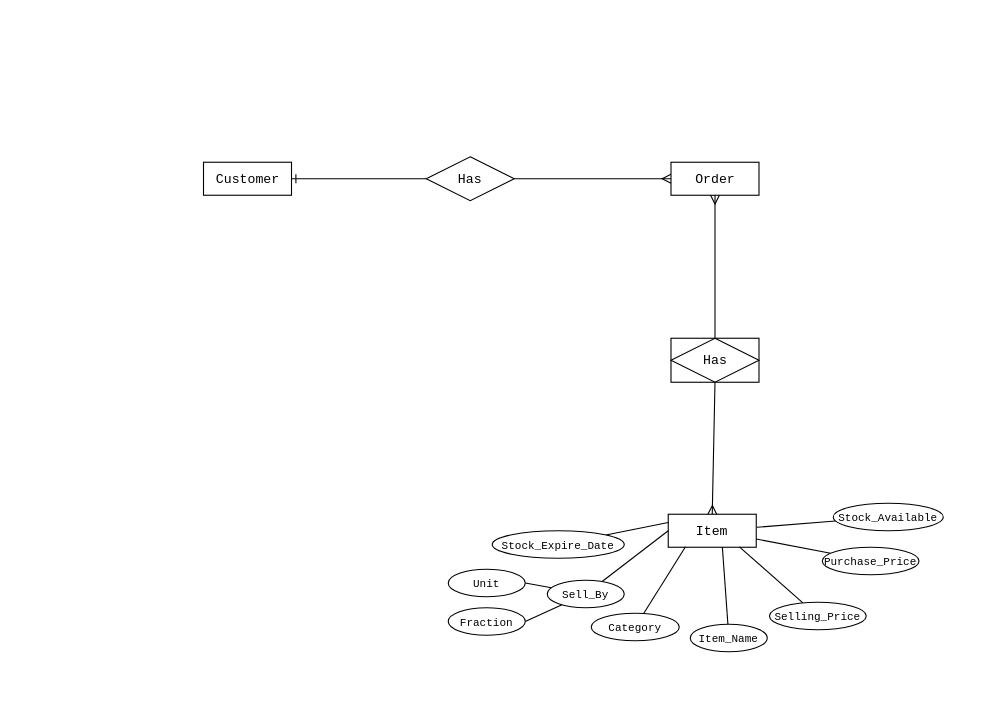
AmilSrinath/New-POS keeps this draw.io diagram as page "Page-1" (1 of 2) of POS.drawio. Above is the earlier version. Source tidied: cells renumbered, new cells numbered last; positions are measured from the earlier drawing's top-left corner, leaving out a move shared by most shapes. Both pictures are drawn from the tidied source at 110%, with x=0, y=0 at pixel (204, 156).
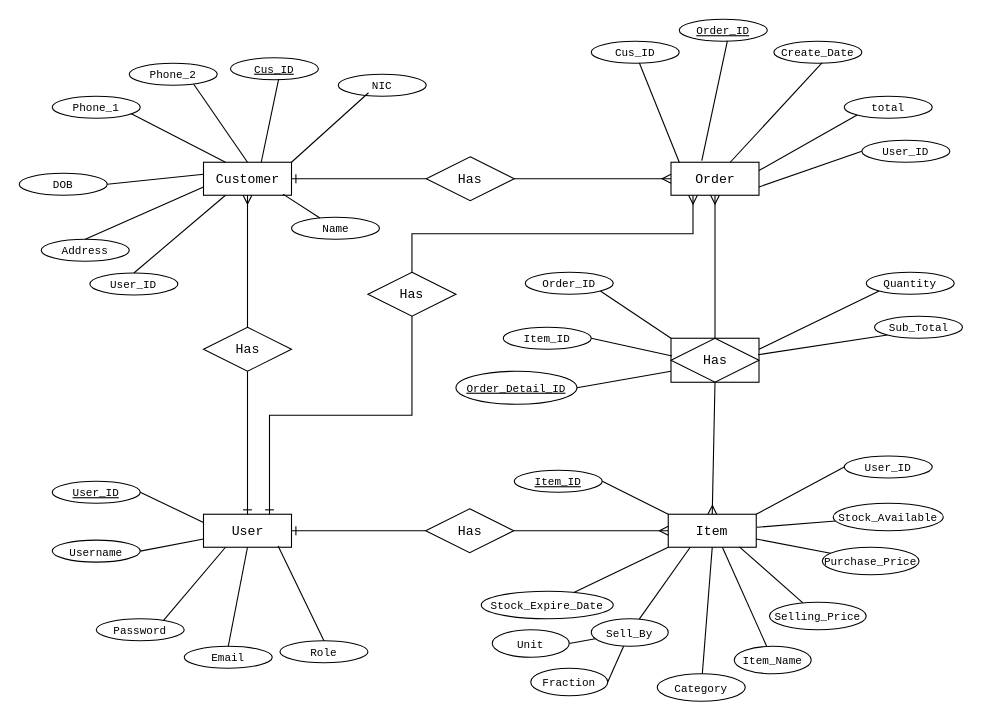
The same page after the edit.

Unchanged cells that the change refers to:
```xml
<mxCell id="2" value="&lt;font face=&quot;Courier New&quot;&gt;Item&lt;/font&gt;" style="whiteSpace=wrap;html=1;align=center;" parent="1" vertex="1">
  <mxGeometry x="422" y="325" width="80" height="30" as="geometry" />
</mxCell>
<mxCell id="21" value="&lt;font face=&quot;Courier New&quot;&gt;Customer&lt;/font&gt;" style="whiteSpace=wrap;html=1;align=center;" parent="1" vertex="1">
  <mxGeometry x="-0.5" y="5" width="80" height="30" as="geometry" />
</mxCell>
<mxCell id="22" value="&lt;font face=&quot;Courier New&quot;&gt;Order&lt;/font&gt;" style="whiteSpace=wrap;html=1;align=center;" parent="1" vertex="1">
  <mxGeometry x="424.5" y="5" width="80" height="30" as="geometry" />
</mxCell>
<mxCell id="25" value="&lt;font face=&quot;Courier New&quot;&gt;Has&lt;/font&gt;" style="shape=associativeEntity;whiteSpace=wrap;html=1;align=center;" parent="1" vertex="1">
  <mxGeometry x="424.5" y="165" width="80" height="40" as="geometry" />
</mxCell>
```

Diff of the diagram source:
```diff
@@
-    <mxCell id="3" style="rounded=0;jettySize=auto;html=1;entryX=0.196;entryY=0.986;entryDx=0;entryDy=0;entryPerimeter=0;endArrow=none;endFill=0;" parent="1" edge="1" source="4" target="2">
+    <mxCell id="3" style="rounded=0;jettySize=auto;html=1;entryX=0.5;entryY=1;entryDx=0;entryDy=0;endArrow=none;endFill=0;" parent="1" edge="1" source="4" target="2">
       <mxGeometry relative="1" as="geometry" />
     </mxCell>
     <mxCell id="4" value="&lt;div style=&quot;&quot;&gt;&lt;span style=&quot;font-size: 10px;&quot;&gt;&lt;font face=&quot;Courier New&quot;&gt;Category&lt;/font&gt;&lt;/span&gt;&lt;/div&gt;" style="ellipse;whiteSpace=wrap;html=1;align=center;" parent="1" vertex="1">
-      <mxGeometry x="352" y="415" width="80" height="25" as="geometry" />
+      <mxGeometry x="412" y="470" width="80" height="25" as="geometry" />
     </mxCell>
@@
     <mxCell id="6" value="&lt;font face=&quot;Courier New&quot; style=&quot;font-size: 10px;&quot;&gt;Item_Name&lt;/font&gt;" style="ellipse;whiteSpace=wrap;html=1;align=center;" parent="1" vertex="1">
-      <mxGeometry x="442" y="425" width="70" height="25" as="geometry" />
+      <mxGeometry x="482" y="445" width="70" height="25" as="geometry" />
     </mxCell>
@@
-    <mxCell id="13" style="rounded=0;jettySize=auto;html=1;entryX=0;entryY=0.5;entryDx=0;entryDy=0;endArrow=none;endFill=0;" parent="1" edge="1" source="16" target="2">
+    <mxCell id="13" style="rounded=0;jettySize=auto;html=1;entryX=0.25;entryY=1;entryDx=0;entryDy=0;endArrow=none;endFill=0;" parent="1" edge="1" source="16" target="2">
       <mxGeometry relative="1" as="geometry" />
     </mxCell>
@@
     <mxCell id="16" value="&lt;div style=&quot;&quot;&gt;&lt;span style=&quot;font-size: 10px;&quot;&gt;&lt;font face=&quot;Courier New&quot;&gt;Sell_By&lt;/font&gt;&lt;/span&gt;&lt;/div&gt;" style="ellipse;whiteSpace=wrap;html=1;align=center;" parent="1" vertex="1">
-      <mxGeometry x="312" y="385" width="70" height="25" as="geometry" />
+      <mxGeometry x="352" y="420" width="70" height="25" as="geometry" />
     </mxCell>
     <mxCell id="17" value="&lt;div style=&quot;&quot;&gt;&lt;span style=&quot;font-size: 10px;&quot;&gt;&lt;font face=&quot;Courier New&quot;&gt;Unit&lt;/font&gt;&lt;/span&gt;&lt;/div&gt;" style="ellipse;whiteSpace=wrap;html=1;align=center;" parent="1" vertex="1">
-      <mxGeometry x="222" y="375" width="70" height="25" as="geometry" />
+      <mxGeometry x="262" y="430" width="70" height="25" as="geometry" />
     </mxCell>
     <mxCell id="18" value="&lt;div style=&quot;&quot;&gt;&lt;span style=&quot;font-size: 10px;&quot;&gt;&lt;font face=&quot;Courier New&quot;&gt;Fraction&lt;/font&gt;&lt;/span&gt;&lt;/div&gt;" style="ellipse;whiteSpace=wrap;html=1;align=center;" parent="1" vertex="1">
-      <mxGeometry x="222" y="410" width="70" height="25" as="geometry" />
+      <mxGeometry x="297" y="465" width="70" height="25" as="geometry" />
     </mxCell>
-    <mxCell id="19" style="rounded=0;jettySize=auto;html=1;endArrow=none;endFill=0;entryX=0;entryY=0.25;entryDx=0;entryDy=0;" parent="1" edge="1" source="20" target="2">
+    <mxCell id="19" style="rounded=0;jettySize=auto;html=1;endArrow=none;endFill=0;entryX=0;entryY=1;entryDx=0;entryDy=0;" parent="1" edge="1" source="20" target="2">
       <mxGeometry relative="1" as="geometry" />
     </mxCell>
     <mxCell id="20" value="&lt;font face=&quot;Courier New&quot;&gt;&lt;font size=&quot;1&quot;&gt;Stock_Expire_Date&lt;/font&gt;&lt;/font&gt;" style="ellipse;whiteSpace=wrap;html=1;align=center;" parent="1" vertex="1">
-      <mxGeometry x="262" y="340" width="120" height="25" as="geometry" />
+      <mxGeometry x="252" y="395" width="120" height="25" as="geometry" />
     </mxCell>
@@
+    <mxCell id="29" value="&lt;font face=&quot;Courier New&quot;&gt;&lt;font size=&quot;1&quot;&gt;Name&lt;/font&gt;&lt;/font&gt;" style="ellipse;whiteSpace=wrap;html=1;align=center;" parent="1" vertex="1">
+      <mxGeometry x="79.5" y="55" width="80" height="20" as="geometry" />
+    </mxCell>
+    <mxCell id="30" style="rounded=0;jettySize=auto;html=1;endArrow=none;endFill=0;entryX=0.903;entryY=0.966;entryDx=0;entryDy=0;entryPerimeter=0;" parent="1" edge="1" source="29" target="21">
+      <mxGeometry relative="1" as="geometry" />
+    </mxCell>
+    <mxCell id="31" value="&lt;font face=&quot;Courier New&quot;&gt;&lt;font size=&quot;1&quot;&gt;NIC&lt;/font&gt;&lt;/font&gt;" style="ellipse;whiteSpace=wrap;html=1;align=center;" parent="1" vertex="1">
+      <mxGeometry x="122" y="-75" width="80" height="20" as="geometry" />
+    </mxCell>
+    <mxCell id="32" style="rounded=0;jettySize=auto;html=1;endArrow=none;endFill=0;entryX=1;entryY=0;entryDx=0;entryDy=0;exitX=0.344;exitY=0.842;exitDx=0;exitDy=0;exitPerimeter=0;" parent="1" edge="1" source="31" target="21">
+      <mxGeometry relative="1" as="geometry" />
+    </mxCell>
+    <mxCell id="33" value="&lt;font face=&quot;Courier New&quot;&gt;&lt;font size=&quot;1&quot;&gt;Address&lt;/font&gt;&lt;/font&gt;" style="ellipse;whiteSpace=wrap;html=1;align=center;" parent="1" vertex="1">
+      <mxGeometry x="-148" y="75" width="80" height="20" as="geometry" />
+    </mxCell>
+    <mxCell id="34" style="rounded=0;jettySize=auto;html=1;endArrow=none;endFill=0;entryX=0;entryY=0.75;entryDx=0;entryDy=0;exitX=0.5;exitY=0;exitDx=0;exitDy=0;" parent="1" edge="1" source="33" target="21">
+      <mxGeometry relative="1" as="geometry" />
+    </mxCell>
+    <mxCell id="35" value="&lt;font face=&quot;Courier New&quot;&gt;&lt;font size=&quot;1&quot;&gt;DOB&lt;/font&gt;&lt;/font&gt;" style="ellipse;whiteSpace=wrap;html=1;align=center;" parent="1" vertex="1">
+      <mxGeometry x="-168" y="15" width="80" height="20" as="geometry" />
+    </mxCell>
+    <mxCell id="36" style="rounded=0;jettySize=auto;html=1;endArrow=none;endFill=0;entryX=0.002;entryY=0.365;entryDx=0;entryDy=0;exitX=1;exitY=0.5;exitDx=0;exitDy=0;entryPerimeter=0;" parent="1" edge="1" source="35" target="21">
+      <mxGeometry relative="1" as="geometry" />
+    </mxCell>
+    <mxCell id="37" value="&lt;font face=&quot;Courier New&quot;&gt;&lt;font size=&quot;1&quot;&gt;Phone_1&lt;/font&gt;&lt;/font&gt;" style="ellipse;whiteSpace=wrap;html=1;align=center;" parent="1" vertex="1">
+      <mxGeometry x="-138" y="-55" width="80" height="20" as="geometry" />
+    </mxCell>
+    <mxCell id="38" style="rounded=0;jettySize=auto;html=1;endArrow=none;endFill=0;entryX=0.25;entryY=0;entryDx=0;entryDy=0;exitX=0.893;exitY=0.786;exitDx=0;exitDy=0;exitPerimeter=0;" parent="1" edge="1" source="37" target="21">
+      <mxGeometry relative="1" as="geometry" />
+    </mxCell>
+    <mxCell id="39" value="&lt;font face=&quot;Courier New&quot;&gt;&lt;font size=&quot;1&quot;&gt;Phone_2&lt;/font&gt;&lt;/font&gt;" style="ellipse;whiteSpace=wrap;html=1;align=center;" parent="1" vertex="1">
+      <mxGeometry x="-68" y="-85" width="80" height="20" as="geometry" />
+    </mxCell>
+    <mxCell id="40" style="rounded=0;jettySize=auto;html=1;endArrow=none;endFill=0;entryX=0.5;entryY=0;entryDx=0;entryDy=0;exitX=0.733;exitY=0.952;exitDx=0;exitDy=0;exitPerimeter=0;" parent="1" edge="1" source="39" target="21">
+      <mxGeometry relative="1" as="geometry" />
+    </mxCell>
+    <mxCell id="41" value="&lt;font face=&quot;Courier New&quot;&gt;&lt;font size=&quot;1&quot;&gt;&lt;u&gt;Cus_ID&lt;/u&gt;&lt;/font&gt;&lt;/font&gt;" style="ellipse;whiteSpace=wrap;html=1;align=center;" parent="1" vertex="1">
+      <mxGeometry x="24" y="-90" width="80" height="20" as="geometry" />
+    </mxCell>
+    <mxCell id="42" style="rounded=0;jettySize=auto;html=1;endArrow=none;endFill=0;entryX=0.656;entryY=0;entryDx=0;entryDy=0;exitX=0.547;exitY=0.988;exitDx=0;exitDy=0;exitPerimeter=0;entryPerimeter=0;" parent="1" edge="1" source="41" target="21">
+      <mxGeometry relative="1" as="geometry" />
+    </mxCell>
+    <mxCell id="43" value="&lt;font face=&quot;Courier New&quot;&gt;&lt;font size=&quot;1&quot;&gt;Cus_ID&lt;/font&gt;&lt;/font&gt;" style="ellipse;whiteSpace=wrap;html=1;align=center;" parent="1" vertex="1">
+      <mxGeometry x="352" y="-105" width="80" height="20" as="geometry" />
+    </mxCell>
+    <mxCell id="44" style="rounded=0;jettySize=auto;html=1;endArrow=none;endFill=0;exitX=0.547;exitY=0.988;exitDx=0;exitDy=0;exitPerimeter=0;entryX=0.094;entryY=0;entryDx=0;entryDy=0;entryPerimeter=0;" parent="1" edge="1" source="43" target="22">
+      <mxGeometry relative="1" as="geometry" />
+    </mxCell>
+    <mxCell id="45" value="&lt;font face=&quot;Courier New&quot;&gt;&lt;font size=&quot;1&quot;&gt;&lt;u&gt;Order_ID&lt;/u&gt;&lt;/font&gt;&lt;/font&gt;" style="ellipse;whiteSpace=wrap;html=1;align=center;" parent="1" vertex="1">
+      <mxGeometry x="432" y="-125" width="80" height="20" as="geometry" />
+    </mxCell>
+    <mxCell id="46" style="rounded=0;jettySize=auto;html=1;endArrow=none;endFill=0;exitX=0.547;exitY=0.988;exitDx=0;exitDy=0;exitPerimeter=0;entryX=0.35;entryY=-0.048;entryDx=0;entryDy=0;entryPerimeter=0;" parent="1" edge="1" source="45" target="22">
+      <mxGeometry relative="1" as="geometry" />
+    </mxCell>
+    <mxCell id="47" value="&lt;font face=&quot;Courier New&quot;&gt;&lt;font size=&quot;1&quot;&gt;Create_Date&lt;/font&gt;&lt;/font&gt;" style="ellipse;whiteSpace=wrap;html=1;align=center;" parent="1" vertex="1">
+      <mxGeometry x="518" y="-105" width="80" height="20" as="geometry" />
+    </mxCell>
+    <mxCell id="48" style="rounded=0;jettySize=auto;html=1;endArrow=none;endFill=0;exitX=0.547;exitY=0.988;exitDx=0;exitDy=0;exitPerimeter=0;" parent="1" edge="1" source="47" target="22">
+      <mxGeometry relative="1" as="geometry" />
+    </mxCell>
+    <mxCell id="49" value="&lt;font face=&quot;Courier New&quot;&gt;&lt;font size=&quot;1&quot;&gt;total&lt;/font&gt;&lt;/font&gt;" style="ellipse;whiteSpace=wrap;html=1;align=center;" parent="1" vertex="1">
+      <mxGeometry x="582" y="-55" width="80" height="20" as="geometry" />
+    </mxCell>
+    <mxCell id="50" style="rounded=0;jettySize=auto;html=1;endArrow=none;endFill=0;exitX=0;exitY=1;exitDx=0;exitDy=0;entryX=1;entryY=0.25;entryDx=0;entryDy=0;" parent="1" edge="1" source="49" target="22">
+      <mxGeometry relative="1" as="geometry" />
+    </mxCell>
+    <mxCell id="51" value="&lt;font face=&quot;Courier New&quot;&gt;&lt;font size=&quot;1&quot;&gt;Quantity&lt;/font&gt;&lt;/font&gt;" style="ellipse;whiteSpace=wrap;html=1;align=center;" parent="1" vertex="1">
+      <mxGeometry x="602" y="105" width="80" height="20" as="geometry" />
+    </mxCell>
+    <mxCell id="52" style="rounded=0;jettySize=auto;html=1;endArrow=none;endFill=0;exitX=0;exitY=1;exitDx=0;exitDy=0;entryX=1;entryY=0.25;entryDx=0;entryDy=0;" parent="1" edge="1" source="51" target="25">
+      <mxGeometry relative="1" as="geometry" />
+    </mxCell>
+    <mxCell id="53" value="&lt;font face=&quot;Courier New&quot;&gt;&lt;font size=&quot;1&quot;&gt;Order_ID&lt;/font&gt;&lt;/font&gt;" style="ellipse;whiteSpace=wrap;html=1;align=center;" parent="1" vertex="1">
+      <mxGeometry x="292" y="105" width="80" height="20" as="geometry" />
+    </mxCell>
+    <mxCell id="54" style="rounded=0;jettySize=auto;html=1;endArrow=none;endFill=0;exitX=1;exitY=1;exitDx=0;exitDy=0;entryX=0;entryY=0;entryDx=0;entryDy=0;" parent="1" edge="1" source="53" target="25">
+      <mxGeometry relative="1" as="geometry" />
+    </mxCell>
+    <mxCell id="55" value="&lt;font face=&quot;Courier New&quot;&gt;&lt;font size=&quot;1&quot;&gt;&lt;u&gt;Item_ID&lt;/u&gt;&lt;/font&gt;&lt;/font&gt;" style="ellipse;whiteSpace=wrap;html=1;align=center;" parent="1" vertex="1">
+      <mxGeometry x="282" y="285" width="80" height="20" as="geometry" />
+    </mxCell>
+    <mxCell id="56" style="rounded=0;jettySize=auto;html=1;endArrow=none;endFill=0;exitX=1;exitY=0.5;exitDx=0;exitDy=0;entryX=0;entryY=0;entryDx=0;entryDy=0;" parent="1" edge="1" source="55" target="2">
+      <mxGeometry relative="1" as="geometry" />
+    </mxCell>
+    <mxCell id="57" value="&lt;font face=&quot;Courier New&quot;&gt;&lt;font size=&quot;1&quot;&gt;Item_ID&lt;/font&gt;&lt;/font&gt;" style="ellipse;whiteSpace=wrap;html=1;align=center;" parent="1" vertex="1">
+      <mxGeometry x="272" y="155" width="80" height="20" as="geometry" />
+    </mxCell>
+    <mxCell id="58" style="rounded=0;jettySize=auto;html=1;endArrow=none;endFill=0;exitX=1;exitY=0.5;exitDx=0;exitDy=0;entryX=0.012;entryY=0.404;entryDx=0;entryDy=0;entryPerimeter=0;" parent="1" edge="1" source="57" target="25">
+      <mxGeometry relative="1" as="geometry" />
+    </mxCell>
+    <mxCell id="59" value="&lt;font face=&quot;Courier New&quot;&gt;&lt;font size=&quot;1&quot;&gt;&lt;u&gt;Order_Detail_ID&lt;/u&gt;&lt;/font&gt;&lt;/font&gt;" style="ellipse;whiteSpace=wrap;html=1;align=center;" parent="1" vertex="1">
+      <mxGeometry x="229" y="195" width="110" height="30" as="geometry" />
+    </mxCell>
+    <mxCell id="60" style="rounded=0;jettySize=auto;html=1;endArrow=none;endFill=0;exitX=1;exitY=0.5;exitDx=0;exitDy=0;entryX=0;entryY=0.75;entryDx=0;entryDy=0;" parent="1" edge="1" source="59" target="25">
+      <mxGeometry relative="1" as="geometry" />
+    </mxCell>
+    <mxCell id="61" value="&lt;font face=&quot;Courier New&quot;&gt;&lt;font size=&quot;1&quot;&gt;Sub_Total&lt;/font&gt;&lt;/font&gt;" style="ellipse;whiteSpace=wrap;html=1;align=center;" parent="1" vertex="1">
+      <mxGeometry x="609.5" y="145" width="80" height="20" as="geometry" />
+    </mxCell>
+    <mxCell id="62" style="rounded=0;jettySize=auto;html=1;endArrow=none;endFill=0;exitX=0;exitY=1;exitDx=0;exitDy=0;entryX=0.99;entryY=0.375;entryDx=0;entryDy=0;entryPerimeter=0;" parent="1" edge="1" source="61" target="25">
+      <mxGeometry relative="1" as="geometry" />
+    </mxCell>
+    <mxCell id="63" value="&lt;font face=&quot;Courier New&quot;&gt;User&lt;/font&gt;" style="whiteSpace=wrap;html=1;align=center;" parent="1" vertex="1">
+      <mxGeometry x="-0.5" y="325" width="80" height="30" as="geometry" />
+    </mxCell>
+    <mxCell id="64" value="&lt;font face=&quot;Courier New&quot;&gt;Has&lt;/font&gt;" style="shape=rhombus;perimeter=rhombusPerimeter;whiteSpace=wrap;html=1;align=center;" parent="1" vertex="1">
+      <mxGeometry x="-0.5" y="155" width="80" height="40" as="geometry" />
+    </mxCell>
+    <mxCell id="65" style="fontSize=12;html=1;endArrow=ERone;endFill=1;rounded=0;entryX=0.5;entryY=0;entryDx=0;entryDy=0;exitX=0.5;exitY=1;exitDx=0;exitDy=0;" parent="1" edge="1" source="64" target="63">
+      <mxGeometry relative="1" as="geometry" />
+    </mxCell>
+    <mxCell id="66" style="fontSize=12;html=1;endArrow=ERmany;rounded=0;entryX=0.5;entryY=1;entryDx=0;entryDy=0;exitX=0.5;exitY=0;exitDx=0;exitDy=0;" parent="1" edge="1" source="64" target="21">
+      <mxGeometry relative="1" as="geometry" />
+    </mxCell>
+    <mxCell id="67" value="&lt;font face=&quot;Courier New&quot;&gt;Has&lt;/font&gt;" style="shape=rhombus;perimeter=rhombusPerimeter;whiteSpace=wrap;html=1;align=center;" parent="1" vertex="1">
+      <mxGeometry x="149" y="105" width="80" height="40" as="geometry" />
+    </mxCell>
+    <mxCell id="68" style="fontSize=12;html=1;endArrow=ERmany;rounded=0;entryX=0.25;entryY=1;entryDx=0;entryDy=0;exitX=0.5;exitY=0;exitDx=0;exitDy=0;edgeStyle=orthogonalEdgeStyle;" parent="1" edge="1" source="67" target="22">
+      <mxGeometry relative="1" as="geometry">
+        <Array as="points">
+          <mxPoint x="189" y="70" />
+          <mxPoint x="445" y="70" />
+          <mxPoint x="445" y="35" />
+        </Array>
+      </mxGeometry>
+    </mxCell>
+    <mxCell id="69" style="fontSize=12;html=1;endArrow=ERone;endFill=1;rounded=0;exitX=0.5;exitY=1;exitDx=0;exitDy=0;entryX=0.75;entryY=0;entryDx=0;entryDy=0;edgeStyle=orthogonalEdgeStyle;" parent="1" edge="1" source="67" target="63">
+      <mxGeometry relative="1" as="geometry" />
+    </mxCell>
+    <mxCell id="70" value="&lt;font face=&quot;Courier New&quot;&gt;Has&lt;/font&gt;" style="shape=rhombus;perimeter=rhombusPerimeter;whiteSpace=wrap;html=1;align=center;" parent="1" vertex="1">
+      <mxGeometry x="201.5" y="320" width="80" height="40" as="geometry" />
+    </mxCell>
+    <mxCell id="71" style="fontSize=12;html=1;endArrow=ERone;endFill=1;rounded=0;entryX=1;entryY=0.5;entryDx=0;entryDy=0;exitX=0;exitY=0.5;exitDx=0;exitDy=0;" parent="1" edge="1" source="70" target="63">
+      <mxGeometry relative="1" as="geometry" />
+    </mxCell>
+    <mxCell id="72" style="fontSize=12;html=1;endArrow=ERmany;rounded=0;entryX=0;entryY=0.5;entryDx=0;entryDy=0;exitX=1;exitY=0.5;exitDx=0;exitDy=0;" parent="1" edge="1" source="70" target="2">
+      <mxGeometry relative="1" as="geometry" />
+    </mxCell>
+    <mxCell id="73" value="&lt;font face=&quot;Courier New&quot;&gt;&lt;font size=&quot;1&quot;&gt;User_ID&lt;/font&gt;&lt;/font&gt;" style="ellipse;whiteSpace=wrap;html=1;align=center;" parent="1" vertex="1">
+      <mxGeometry x="-103.8" y="105.7" width="80" height="20" as="geometry" />
+    </mxCell>
+    <mxCell id="74" style="rounded=0;jettySize=auto;html=1;endArrow=none;endFill=0;entryX=0.25;entryY=1;entryDx=0;entryDy=0;exitX=0.5;exitY=0;exitDx=0;exitDy=0;" parent="1" edge="1" source="73" target="21">
+      <mxGeometry relative="1" as="geometry" />
+    </mxCell>
+    <mxCell id="75" value="&lt;font face=&quot;Courier New&quot;&gt;&lt;font size=&quot;1&quot;&gt;&lt;u&gt;User_ID&lt;/u&gt;&lt;/font&gt;&lt;/font&gt;" style="ellipse;whiteSpace=wrap;html=1;align=center;" parent="1" vertex="1">
+      <mxGeometry x="-138" y="295" width="80" height="20" as="geometry" />
+    </mxCell>
+    <mxCell id="76" style="rounded=0;jettySize=auto;html=1;endArrow=none;endFill=0;entryX=0;entryY=0.25;entryDx=0;entryDy=0;exitX=1;exitY=0.5;exitDx=0;exitDy=0;" parent="1" edge="1" source="75" target="63">
+      <mxGeometry relative="1" as="geometry" />
+    </mxCell>
+    <mxCell id="77" value="&lt;font face=&quot;Courier New&quot;&gt;&lt;font size=&quot;1&quot;&gt;User_ID&lt;/font&gt;&lt;/font&gt;" style="ellipse;whiteSpace=wrap;html=1;align=center;" parent="1" vertex="1">
+      <mxGeometry x="598" y="-15" width="80" height="20" as="geometry" />
+    </mxCell>
+    <mxCell id="78" style="rounded=0;jettySize=auto;html=1;endArrow=none;endFill=0;entryX=1;entryY=0.75;entryDx=0;entryDy=0;exitX=0;exitY=0.5;exitDx=0;exitDy=0;" parent="1" edge="1" source="77" target="22">
+      <mxGeometry relative="1" as="geometry" />
+    </mxCell>
+    <mxCell id="79" value="&lt;font face=&quot;Courier New&quot;&gt;&lt;font size=&quot;1&quot;&gt;User_ID&lt;/font&gt;&lt;/font&gt;" style="ellipse;whiteSpace=wrap;html=1;align=center;" parent="1" vertex="1">
+      <mxGeometry x="582" y="272" width="80" height="20" as="geometry" />
+    </mxCell>
+    <mxCell id="80" style="rounded=0;jettySize=auto;html=1;endArrow=none;endFill=0;entryX=1;entryY=0;entryDx=0;entryDy=0;exitX=0;exitY=0.5;exitDx=0;exitDy=0;" parent="1" edge="1" source="79" target="2">
+      <mxGeometry relative="1" as="geometry" />
+    </mxCell>
+    <mxCell id="81" style="rounded=0;jettySize=auto;html=1;endArrow=none;endFill=0;exitX=1;exitY=0.5;exitDx=0;exitDy=0;entryX=0;entryY=0.75;entryDx=0;entryDy=0;" parent="1" edge="1" source="82" target="63">
+      <mxGeometry relative="1" as="geometry" />
+    </mxCell>
+    <mxCell id="82" value="&lt;font face=&quot;Courier New&quot;&gt;&lt;font size=&quot;1&quot;&gt;Username&lt;/font&gt;&lt;/font&gt;" style="ellipse;whiteSpace=wrap;html=1;align=center;" parent="1" vertex="1">
+      <mxGeometry x="-138" y="348.5" width="80" height="20" as="geometry" />
+    </mxCell>
+    <mxCell id="83" style="rounded=0;jettySize=auto;html=1;endArrow=none;endFill=0;exitX=0.76;exitY=0.092;exitDx=0;exitDy=0;entryX=0.25;entryY=1;entryDx=0;entryDy=0;exitPerimeter=0;" parent="1" edge="1" source="84" target="63">
+      <mxGeometry relative="1" as="geometry" />
+    </mxCell>
+    <mxCell id="84" value="&lt;font face=&quot;Courier New&quot;&gt;&lt;font size=&quot;1&quot;&gt;Password&lt;/font&gt;&lt;/font&gt;" style="ellipse;whiteSpace=wrap;html=1;align=center;" parent="1" vertex="1">
+      <mxGeometry x="-98" y="420" width="80" height="20" as="geometry" />
+    </mxCell>
+    <mxCell id="85" value="&lt;font face=&quot;Courier New&quot;&gt;&lt;font size=&quot;1&quot;&gt;Email&lt;/font&gt;&lt;/font&gt;" style="ellipse;whiteSpace=wrap;html=1;align=center;" parent="1" vertex="1">
+      <mxGeometry x="-18" y="445" width="80" height="20" as="geometry" />
+    </mxCell>
+    <mxCell id="86" style="rounded=0;jettySize=auto;html=1;endArrow=none;endFill=0;exitX=0.5;exitY=0;exitDx=0;exitDy=0;entryX=0.5;entryY=1;entryDx=0;entryDy=0;" parent="1" edge="1" source="85" target="63">
+      <mxGeometry relative="1" as="geometry" />
+    </mxCell>
+    <mxCell id="87" value="&lt;font face=&quot;Courier New&quot;&gt;&lt;font size=&quot;1&quot;&gt;Role&lt;/font&gt;&lt;/font&gt;" style="ellipse;whiteSpace=wrap;html=1;align=center;" parent="1" vertex="1">
+      <mxGeometry x="69" y="440" width="80" height="20" as="geometry" />
+    </mxCell>
+    <mxCell id="88" style="rounded=0;jettySize=auto;html=1;endArrow=none;endFill=0;exitX=0.5;exitY=0;exitDx=0;exitDy=0;entryX=0.848;entryY=0.965;entryDx=0;entryDy=0;entryPerimeter=0;" parent="1" edge="1" source="87" target="63">
+      <mxGeometry relative="1" as="geometry" />
+    </mxCell>
```
